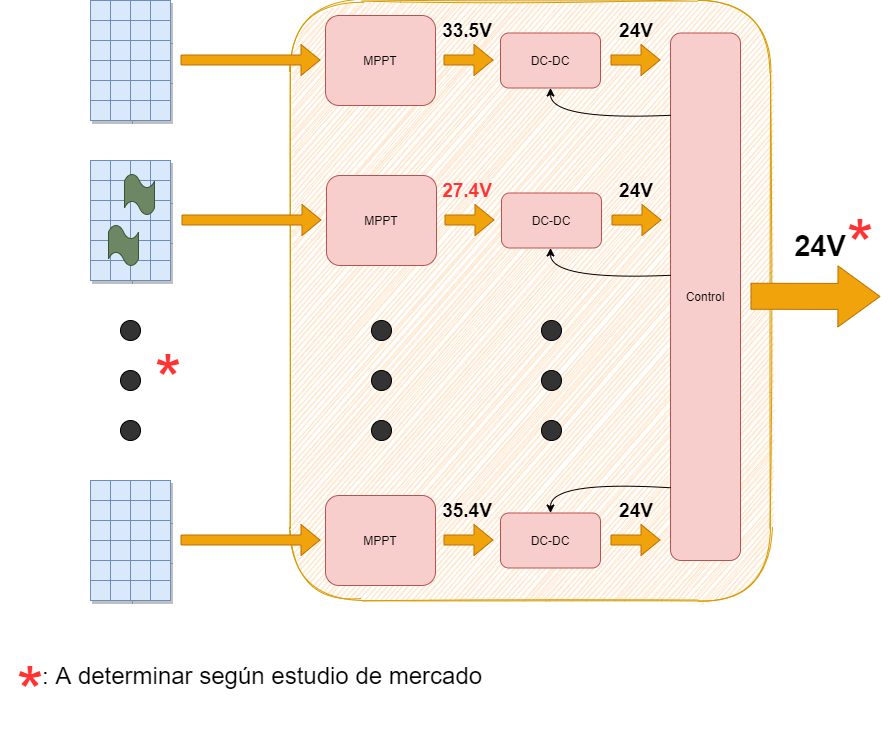
This is Presentación Idea MPPT/Diagrama.png from tlondero/Dise-o, a draw.io export, as it was before one commit. Source tidied: cells renumbered, new cells last; positions are measured from the earlier drawing's top-left corner, leaving out a move shared by most shapes.
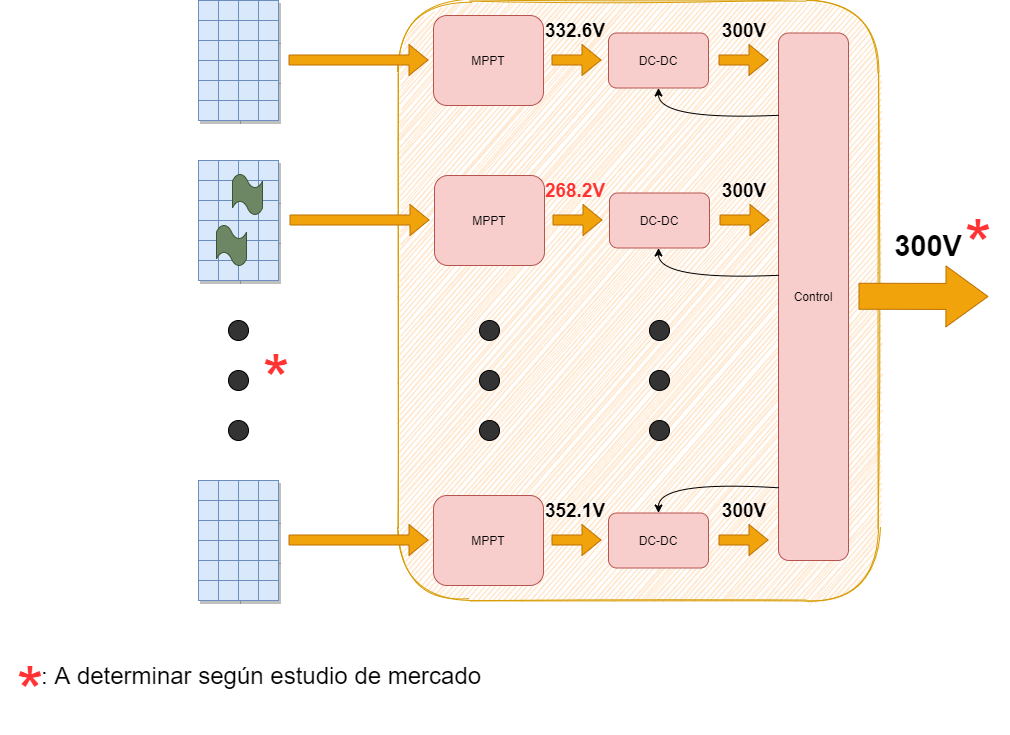
After the change.

The edit, as a diff of the source:
```diff
@@ -167,22 +167,22 @@
     <mxCell id="47" style="shape=mxgraph.bpmn.ad_hoc;fillColor=#6d8764;html=1;shadow=0;glass=0;sketch=0;strokeColor=#3A5431;fontColor=#ffffff;" parent="1" vertex="1">
       <mxGeometry x="108" y="225" width="30" height="40" as="geometry" />
     </mxCell>
-    <mxCell id="48" value="&lt;font style=&quot;font-size: 19px&quot;&gt;&lt;b&gt;33.5V&lt;/b&gt;&lt;/font&gt;" style="text;html=1;strokeColor=none;fillColor=none;align=center;verticalAlign=middle;whiteSpace=wrap;rounded=0;shadow=0;glass=0;sketch=0;" parent="1" vertex="1">
+    <mxCell id="48" value="&lt;span style=&quot;font-size: 19px&quot;&gt;&lt;b&gt;332.6V&lt;/b&gt;&lt;/span&gt;" style="text;html=1;strokeColor=none;fillColor=none;align=center;verticalAlign=middle;whiteSpace=wrap;rounded=0;shadow=0;glass=0;sketch=0;" parent="1" vertex="1">
       <mxGeometry x="447" y="20" width="40" height="20" as="geometry" />
     </mxCell>
-    <mxCell id="49" value="&lt;font style=&quot;font-size: 19px&quot; color=&quot;#ff3333&quot;&gt;&lt;b&gt;27.4V&lt;/b&gt;&lt;/font&gt;" style="text;html=1;strokeColor=none;fillColor=none;align=center;verticalAlign=middle;whiteSpace=wrap;rounded=0;shadow=0;glass=0;sketch=0;" parent="1" vertex="1">
+    <mxCell id="49" value="&lt;font style=&quot;font-size: 19px&quot; color=&quot;#ff3333&quot;&gt;&lt;b&gt;268.2V&lt;/b&gt;&lt;/font&gt;" style="text;html=1;strokeColor=none;fillColor=none;align=center;verticalAlign=middle;whiteSpace=wrap;rounded=0;shadow=0;glass=0;sketch=0;" parent="1" vertex="1">
       <mxGeometry x="447" y="180" width="40" height="20" as="geometry" />
     </mxCell>
-    <mxCell id="50" value="&lt;font style=&quot;font-size: 19px&quot;&gt;&lt;b&gt;35.4V&lt;/b&gt;&lt;/font&gt;" style="text;html=1;strokeColor=none;fillColor=none;align=center;verticalAlign=middle;whiteSpace=wrap;rounded=0;shadow=0;glass=0;sketch=0;" parent="1" vertex="1">
+    <mxCell id="50" value="&lt;font style=&quot;font-size: 19px&quot;&gt;&lt;b&gt;352.1V&lt;/b&gt;&lt;/font&gt;" style="text;html=1;strokeColor=none;fillColor=none;align=center;verticalAlign=middle;whiteSpace=wrap;rounded=0;shadow=0;glass=0;sketch=0;" parent="1" vertex="1">
       <mxGeometry x="447" y="500" width="40" height="20" as="geometry" />
     </mxCell>
-    <mxCell id="51" value="&lt;font style=&quot;font-size: 19px&quot;&gt;&lt;b&gt;24V&lt;/b&gt;&lt;/font&gt;" style="text;html=1;strokeColor=none;fillColor=none;align=center;verticalAlign=middle;whiteSpace=wrap;rounded=0;shadow=0;glass=0;sketch=0;" parent="1" vertex="1">
+    <mxCell id="51" value="&lt;font style=&quot;font-size: 19px&quot;&gt;&lt;b&gt;300V&lt;/b&gt;&lt;/font&gt;" style="text;html=1;strokeColor=none;fillColor=none;align=center;verticalAlign=middle;whiteSpace=wrap;rounded=0;shadow=0;glass=0;sketch=0;" parent="1" vertex="1">
       <mxGeometry x="616" y="20" width="40" height="20" as="geometry" />
     </mxCell>
-    <mxCell id="52" value="&lt;font style=&quot;font-size: 19px&quot;&gt;&lt;b&gt;24V&lt;/b&gt;&lt;/font&gt;" style="text;html=1;strokeColor=none;fillColor=none;align=center;verticalAlign=middle;whiteSpace=wrap;rounded=0;shadow=0;glass=0;sketch=0;" parent="1" vertex="1">
+    <mxCell id="52" value="&lt;font style=&quot;font-size: 19px&quot;&gt;&lt;b&gt;300V&lt;/b&gt;&lt;/font&gt;" style="text;html=1;strokeColor=none;fillColor=none;align=center;verticalAlign=middle;whiteSpace=wrap;rounded=0;shadow=0;glass=0;sketch=0;" parent="1" vertex="1">
       <mxGeometry x="616" y="180" width="40" height="20" as="geometry" />
     </mxCell>
-    <mxCell id="53" value="&lt;font style=&quot;font-size: 19px&quot;&gt;&lt;b&gt;24V&lt;/b&gt;&lt;/font&gt;" style="text;html=1;strokeColor=none;fillColor=none;align=center;verticalAlign=middle;whiteSpace=wrap;rounded=0;shadow=0;glass=0;sketch=0;" parent="1" vertex="1">
+    <mxCell id="53" value="&lt;font style=&quot;font-size: 19px&quot;&gt;&lt;b&gt;300V&lt;/b&gt;&lt;/font&gt;" style="text;html=1;strokeColor=none;fillColor=none;align=center;verticalAlign=middle;whiteSpace=wrap;rounded=0;shadow=0;glass=0;sketch=0;" parent="1" vertex="1">
       <mxGeometry x="616" y="500" width="40" height="20" as="geometry" />
     </mxCell>
     <mxCell id="54" style="shape=flexArrow;endArrow=classic;html=1;fillColor=#f0a30a;strokeColor=#BD7000;strokeWidth=1;endWidth=34;endSize=13.69;width=26;" parent="1" edge="1">
@@ -215,20 +215,20 @@
         </Array>
       </mxGeometry>
     </mxCell>
-    <mxCell id="58" value="&lt;font size=&quot;1&quot;&gt;&lt;b style=&quot;font-size: 29px&quot;&gt;24V&lt;/b&gt;&lt;/font&gt;" style="text;html=1;strokeColor=none;fillColor=none;align=center;verticalAlign=middle;whiteSpace=wrap;rounded=0;shadow=0;glass=0;sketch=0;" parent="1" vertex="1">
+    <mxCell id="58" value="&lt;font size=&quot;1&quot;&gt;&lt;b style=&quot;font-size: 29px&quot;&gt;300V&lt;/b&gt;&lt;/font&gt;" style="text;html=1;strokeColor=none;fillColor=none;align=center;verticalAlign=middle;whiteSpace=wrap;rounded=0;shadow=0;glass=0;sketch=0;" parent="1" vertex="1">
       <mxGeometry x="800" y="235" width="40" height="20" as="geometry" />
     </mxCell>
     <mxCell id="59" value="&lt;font style=&quot;font-size: 70px&quot; color=&quot;#ff3333&quot;&gt;*&lt;/font&gt;" style="text;html=1;strokeColor=none;fillColor=none;align=center;verticalAlign=middle;whiteSpace=wrap;rounded=0;shadow=0;glass=0;sketch=0;" parent="1" vertex="1">
-      <mxGeometry x="830" y="225" width="60" height="40" as="geometry" />
+      <mxGeometry x="840" y="225" width="60" height="40" as="geometry" />
     </mxCell>
     <mxCell id="60" value="&lt;font style=&quot;font-size: 70px&quot; color=&quot;#ff3333&quot;&gt;*&lt;/font&gt;" style="text;html=1;strokeColor=none;fillColor=none;align=center;verticalAlign=middle;whiteSpace=wrap;rounded=0;shadow=0;glass=0;sketch=0;" parent="1" vertex="1">
       <mxGeometry x="138" y="360" width="60" height="40" as="geometry" />
     </mxCell>
     <mxCell id="61" value="&lt;font style=&quot;font-size: 70px&quot; color=&quot;#ff3333&quot;&gt;*&lt;/font&gt;" style="text;html=1;strokeColor=none;fillColor=none;align=center;verticalAlign=middle;whiteSpace=wrap;rounded=0;shadow=0;glass=0;sketch=0;" parent="1" vertex="1">
-      <mxGeometry y="672" width="60" height="40" as="geometry" />
+      <mxGeometry x="-108.5" y="672" width="60" height="40" as="geometry" />
     </mxCell>
     <mxCell id="62" value="&lt;font style=&quot;font-size: 24px&quot;&gt;: A determinar según estudio de mercado&lt;/font&gt;" style="text;html=1;strokeColor=none;fillColor=none;align=center;verticalAlign=middle;whiteSpace=wrap;rounded=0;shadow=0;glass=0;sketch=0;" parent="1" vertex="1">
-      <mxGeometry x="7" y="650" width="510" height="50" as="geometry" />
+      <mxGeometry x="-101.5" y="650" width="510" height="50" as="geometry" />
     </mxCell>
   </root>
 </mxGraphModel>
```
